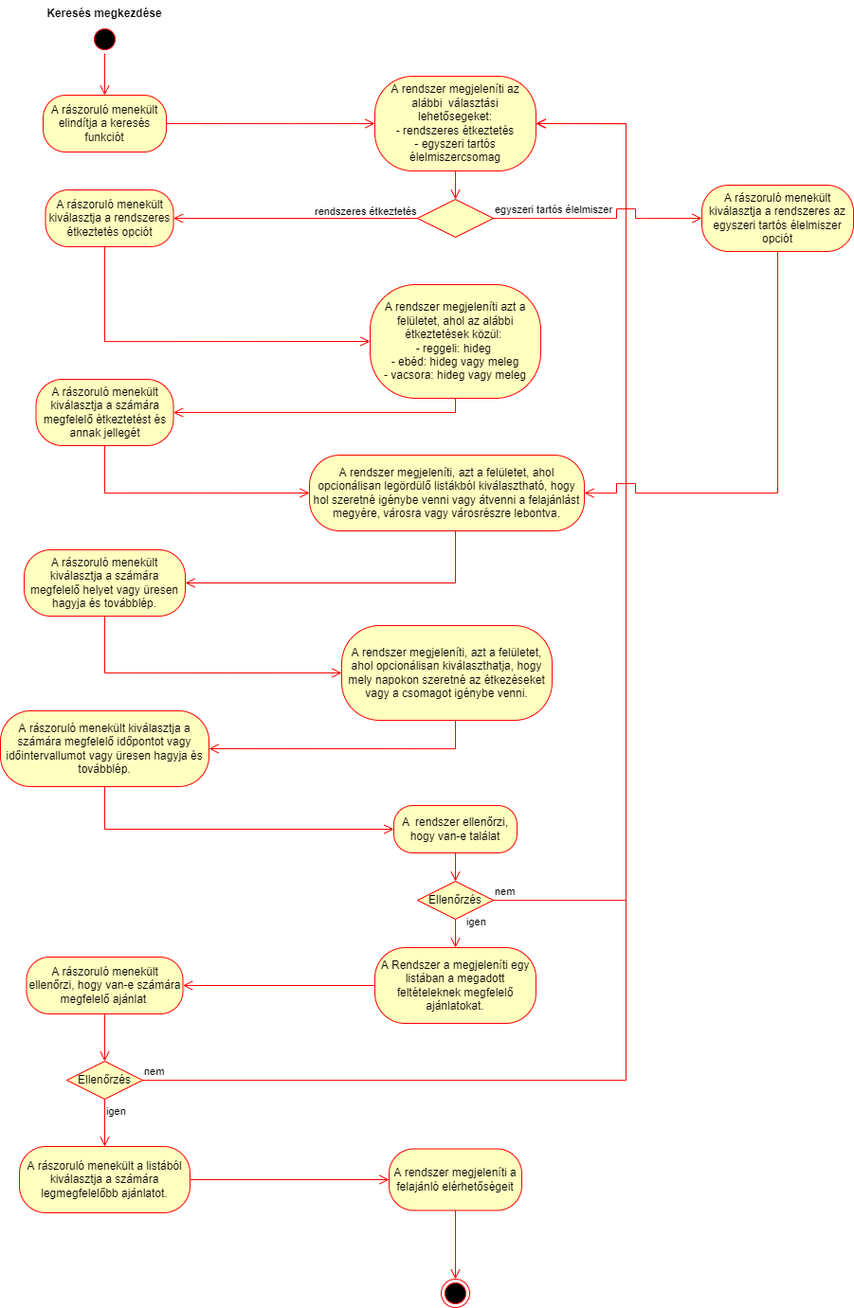
Earlier version of the draw.io export Aktivációs_Diagram.png (Residuum22/swdhomework). Source tidied: cells renumbered, new cells last; positions are measured from the earlier drawing's top-left corner, leaving out a move shared by most shapes. The source it was exported from:
```xml
<mxGraphModel>
  <root>
    <mxCell id="0" />
    <mxCell id="1" parent="0" />
    <mxCell id="2" style="ellipse;html=1;shape=startState;fillColor=#000000;strokeColor=#ff0000;" parent="1" vertex="1">
      <mxGeometry x="95" y="26" width="30" height="30" as="geometry" />
    </mxCell>
    <mxCell id="3" style="edgeStyle=orthogonalEdgeStyle;html=1;verticalAlign=bottom;endArrow=open;endSize=8;strokeColor=#ff0000;rounded=0;" parent="1" edge="1" source="2" target="7">
      <mxGeometry relative="1" as="geometry" />
    </mxCell>
    <mxCell id="4" value="Keresés megkezdése" style="text;align=center;fontStyle=1;verticalAlign=middle;spacingLeft=3;spacingRight=3;strokeColor=none;" parent="1" vertex="1">
      <mxGeometry x="70" width="80" height="26" as="geometry" />
    </mxCell>
    <mxCell id="5" value="A rendszer megjeleníti az alábbi&amp;nbsp; választási lehetősegeket:&lt;br&gt;- rendszeres étkeztetés&lt;br&gt;- egyszeri tartós élelmiszercsomag" style="rounded=1;whiteSpace=wrap;html=1;arcSize=40;fontColor=#000000;fillColor=#ffffc0;strokeColor=#ff0000;" parent="1" vertex="1">
      <mxGeometry x="395" y="80" width="170" height="100" as="geometry" />
    </mxCell>
    <mxCell id="6" style="edgeStyle=orthogonalEdgeStyle;html=1;verticalAlign=bottom;endArrow=open;endSize=8;strokeColor=#ff0000;rounded=0;entryX=0.5;entryY=0;entryDx=0;entryDy=0;" parent="1" edge="1" source="5" target="32">
      <mxGeometry relative="1" as="geometry" />
    </mxCell>
    <mxCell id="7" value="A rászoruló menekült elindítja a keresés funkciót" style="rounded=1;whiteSpace=wrap;html=1;arcSize=40;fontColor=#000000;fillColor=#ffffc0;strokeColor=#ff0000;" parent="1" vertex="1">
      <mxGeometry x="45" y="100" width="130" height="60" as="geometry" />
    </mxCell>
    <mxCell id="8" value="A rászoruló menekült kiválasztja a rendszeres étkeztetés opciót" style="rounded=1;whiteSpace=wrap;html=1;arcSize=40;fontColor=#000000;fillColor=#ffffc0;strokeColor=#ff0000;" parent="1" vertex="1">
      <mxGeometry x="47.5" y="200" width="135" height="60" as="geometry" />
    </mxCell>
    <mxCell id="9" style="edgeStyle=orthogonalEdgeStyle;html=1;verticalAlign=bottom;endArrow=open;endSize=8;strokeColor=#ff0000;rounded=0;exitX=1;exitY=0.5;exitDx=0;exitDy=0;entryX=0;entryY=0.5;entryDx=0;entryDy=0;" parent="1" edge="1" source="7" target="5">
      <mxGeometry relative="1" as="geometry">
        <Array as="points">
          <mxPoint x="310" y="130" />
          <mxPoint x="310" y="130" />
        </Array>
      </mxGeometry>
    </mxCell>
    <mxCell id="10" style="edgeStyle=orthogonalEdgeStyle;html=1;verticalAlign=bottom;endArrow=open;endSize=8;strokeColor=#ff0000;rounded=0;entryX=0;entryY=0.5;entryDx=0;entryDy=0;" parent="1" edge="1" target="11">
      <mxGeometry relative="1" as="geometry">
        <mxPoint x="110" y="260" as="sourcePoint" />
        <Array as="points">
          <mxPoint x="110" y="360" />
        </Array>
      </mxGeometry>
    </mxCell>
    <mxCell id="11" value="A rendszer megjeleníti azt a felületet, ahol az alábbi étkeztetések közül:&amp;nbsp;&lt;br&gt;- reggeli: hideg&amp;nbsp;&lt;br&gt;- ebéd: hideg vagy meleg&lt;br&gt;- vacsora: hideg vagy meleg" style="rounded=1;whiteSpace=wrap;html=1;arcSize=40;fontColor=#000000;fillColor=#ffffc0;strokeColor=#ff0000;" parent="1" vertex="1">
      <mxGeometry x="390" y="300" width="180" height="120" as="geometry" />
    </mxCell>
    <mxCell id="12" style="edgeStyle=orthogonalEdgeStyle;html=1;verticalAlign=bottom;endArrow=open;endSize=8;strokeColor=#ff0000;rounded=0;entryX=1;entryY=0.5;entryDx=0;entryDy=0;" parent="1" edge="1" source="11" target="13">
      <mxGeometry relative="1" as="geometry">
        <Array as="points">
          <mxPoint x="480" y="435" />
        </Array>
      </mxGeometry>
    </mxCell>
    <mxCell id="13" value="A rászoruló menekült kiválasztja a számára megfelelő étkeztetést és annak jellegét" style="rounded=1;whiteSpace=wrap;html=1;arcSize=40;fontColor=#000000;fillColor=#ffffc0;strokeColor=#ff0000;" parent="1" vertex="1">
      <mxGeometry x="37.5" y="400" width="145" height="70" as="geometry" />
    </mxCell>
    <mxCell id="14" style="edgeStyle=orthogonalEdgeStyle;html=1;verticalAlign=bottom;endArrow=open;endSize=8;strokeColor=#ff0000;rounded=0;entryX=0;entryY=0.5;entryDx=0;entryDy=0;" parent="1" edge="1" source="13" target="15">
      <mxGeometry relative="1" as="geometry">
        <Array as="points">
          <mxPoint x="110" y="520" />
        </Array>
      </mxGeometry>
    </mxCell>
    <mxCell id="15" value="A rendszer megjeleníti, azt a felületet, ahol opcionálisan legördülő listákból kiválasztható, hogy hol szeretné igénybe venni vagy átvenni a felajánlást megyére, városra vagy városrészre lebontva." style="rounded=1;whiteSpace=wrap;html=1;arcSize=40;fontColor=#000000;fillColor=#ffffc0;strokeColor=#ff0000;" parent="1" vertex="1">
      <mxGeometry x="326" y="480" width="290" height="80" as="geometry" />
    </mxCell>
    <mxCell id="16" style="edgeStyle=orthogonalEdgeStyle;html=1;verticalAlign=bottom;endArrow=open;endSize=8;strokeColor=#ff0000;rounded=0;entryX=1;entryY=0.5;entryDx=0;entryDy=0;" parent="1" edge="1" source="15" target="17">
      <mxGeometry relative="1" as="geometry">
        <Array as="points">
          <mxPoint x="480" y="615" />
        </Array>
      </mxGeometry>
    </mxCell>
    <mxCell id="17" value="A rászoruló menekült kiválasztja a számára megfelelő helyet vagy üresen hagyja és továbblép." style="rounded=1;whiteSpace=wrap;html=1;arcSize=40;fontColor=#000000;fillColor=#ffffc0;strokeColor=#ff0000;" parent="1" vertex="1">
      <mxGeometry x="25" y="580" width="170" height="70" as="geometry" />
    </mxCell>
    <mxCell id="18" style="edgeStyle=orthogonalEdgeStyle;html=1;verticalAlign=bottom;endArrow=open;endSize=8;strokeColor=#ff0000;rounded=0;entryX=0;entryY=0.5;entryDx=0;entryDy=0;" parent="1" edge="1" source="17" target="19">
      <mxGeometry relative="1" as="geometry">
        <Array as="points">
          <mxPoint x="110" y="710" />
        </Array>
      </mxGeometry>
    </mxCell>
    <mxCell id="19" value="A rendszer megjeleníti, azt a felületet, ahol opcionálisan kiválaszthatja, hogy mely napokon szeretné az étkezéseket vagy a csomagot igénybe venni." style="rounded=1;whiteSpace=wrap;html=1;arcSize=40;fontColor=#000000;fillColor=#ffffc0;strokeColor=#ff0000;" parent="1" vertex="1">
      <mxGeometry x="360" y="660" width="222" height="100" as="geometry" />
    </mxCell>
    <mxCell id="20" style="edgeStyle=orthogonalEdgeStyle;html=1;verticalAlign=bottom;endArrow=open;endSize=8;strokeColor=#ff0000;rounded=0;exitX=0.5;exitY=1;exitDx=0;exitDy=0;entryX=1;entryY=0.5;entryDx=0;entryDy=0;" parent="1" edge="1" source="19" target="23">
      <mxGeometry relative="1" as="geometry">
        <Array as="points">
          <mxPoint x="480" y="790" />
        </Array>
      </mxGeometry>
    </mxCell>
    <mxCell id="21" value="A Rendszer a megjeleníti egy listában a megadott feltételeknek megfelelő ajánlatokat." style="rounded=1;whiteSpace=wrap;html=1;arcSize=40;fontColor=#000000;fillColor=#ffffc0;strokeColor=#ff0000;" parent="1" vertex="1">
      <mxGeometry x="395" y="1000" width="170" height="80" as="geometry" />
    </mxCell>
    <mxCell id="22" style="edgeStyle=orthogonalEdgeStyle;html=1;verticalAlign=bottom;endArrow=open;endSize=8;strokeColor=#ff0000;rounded=0;entryX=1;entryY=0.5;entryDx=0;entryDy=0;" parent="1" edge="1" source="21" target="30">
      <mxGeometry relative="1" as="geometry" />
    </mxCell>
    <mxCell id="23" value="A rászoruló menekült kiválasztja a számára megfelelő időpontot vagy időintervallumot vagy üresen hagyja és továbblép." style="rounded=1;whiteSpace=wrap;html=1;arcSize=40;fontColor=#000000;fillColor=#ffffc0;strokeColor=#ff0000;" parent="1" vertex="1">
      <mxGeometry y="750" width="220" height="80" as="geometry" />
    </mxCell>
    <mxCell id="24" style="edgeStyle=orthogonalEdgeStyle;html=1;verticalAlign=bottom;endArrow=open;endSize=8;strokeColor=#ff0000;rounded=0;exitX=0.5;exitY=1;exitDx=0;exitDy=0;entryX=0;entryY=0.5;entryDx=0;entryDy=0;" parent="1" edge="1" source="23" target="28">
      <mxGeometry relative="1" as="geometry">
        <Array as="points">
          <mxPoint x="110" y="875" />
        </Array>
      </mxGeometry>
    </mxCell>
    <mxCell id="25" value="Ellenőrzés" style="rhombus;whiteSpace=wrap;html=1;fillColor=#ffffc0;strokeColor=#ff0000;" parent="1" vertex="1">
      <mxGeometry x="440" y="930" width="80" height="40" as="geometry" />
    </mxCell>
    <mxCell id="26" value="nem" style="edgeStyle=orthogonalEdgeStyle;html=1;align=left;verticalAlign=bottom;endArrow=open;endSize=8;strokeColor=#ff0000;rounded=0;entryX=1;entryY=0.5;entryDx=0;entryDy=0;" parent="1" edge="1" source="25" target="5">
      <mxGeometry x="-1" relative="1" as="geometry">
        <Array as="points">
          <mxPoint x="660" y="950" />
          <mxPoint x="660" y="130" />
        </Array>
      </mxGeometry>
    </mxCell>
    <mxCell id="27" value="igen" style="edgeStyle=orthogonalEdgeStyle;html=1;align=left;verticalAlign=top;endArrow=open;endSize=8;strokeColor=#ff0000;rounded=0;" parent="1" edge="1" source="25" target="21">
      <mxGeometry x="-1" y="14" relative="1" as="geometry">
        <mxPoint x="-4" y="-10" as="offset" />
      </mxGeometry>
    </mxCell>
    <mxCell id="28" value="A&amp;nbsp; rendszer ellenőrzi, hogy van-e találat" style="rounded=1;whiteSpace=wrap;html=1;arcSize=40;fontColor=#000000;fillColor=#ffffc0;strokeColor=#ff0000;" parent="1" vertex="1">
      <mxGeometry x="415" y="850" width="130" height="50" as="geometry" />
    </mxCell>
    <mxCell id="29" style="edgeStyle=orthogonalEdgeStyle;html=1;verticalAlign=bottom;endArrow=open;endSize=8;strokeColor=#ff0000;rounded=0;entryX=0.5;entryY=0;entryDx=0;entryDy=0;" parent="1" edge="1" source="28" target="25">
      <mxGeometry relative="1" as="geometry" />
    </mxCell>
    <mxCell id="30" value="A rászoruló menekült ellenőrzi, hogy van-e számára megfelelő ajánlat&amp;nbsp;" style="rounded=1;whiteSpace=wrap;html=1;arcSize=40;fontColor=#000000;fillColor=#ffffc0;strokeColor=#ff0000;" parent="1" vertex="1">
      <mxGeometry x="27.5" y="1010" width="165" height="60" as="geometry" />
    </mxCell>
    <mxCell id="31" style="edgeStyle=orthogonalEdgeStyle;html=1;verticalAlign=bottom;endArrow=open;endSize=8;strokeColor=#ff0000;rounded=0;entryX=0.5;entryY=0;entryDx=0;entryDy=0;" parent="1" edge="1" source="30" target="35">
      <mxGeometry relative="1" as="geometry" />
    </mxCell>
    <mxCell id="32" style="rhombus;whiteSpace=wrap;html=1;fillColor=#ffffc0;strokeColor=#ff0000;" parent="1" vertex="1">
      <mxGeometry x="440" y="210" width="80" height="40" as="geometry" />
    </mxCell>
    <mxCell id="33" value="egyszeri tartós élelmiszer" style="edgeStyle=orthogonalEdgeStyle;html=1;align=left;verticalAlign=bottom;endArrow=open;endSize=8;strokeColor=#ff0000;rounded=0;entryX=0;entryY=0.5;entryDx=0;entryDy=0;" parent="1" edge="1" source="32" target="43">
      <mxGeometry x="-1" relative="1" as="geometry">
        <Array as="points">
          <mxPoint x="650" y="230" />
          <mxPoint x="650" y="220" />
          <mxPoint x="670" y="220" />
          <mxPoint x="670" y="230" />
        </Array>
      </mxGeometry>
    </mxCell>
    <mxCell id="34" value="rendszeres étkeztetés" style="edgeStyle=orthogonalEdgeStyle;html=1;align=left;verticalAlign=top;endArrow=open;endSize=8;strokeColor=#ff0000;rounded=0;entryX=1;entryY=0.5;entryDx=0;entryDy=0;" parent="1" edge="1" source="32" target="8">
      <mxGeometry x="-0.15" y="-20" relative="1" as="geometry">
        <mxPoint x="1" as="offset" />
      </mxGeometry>
    </mxCell>
    <mxCell id="35" value="Ellenőrzés" style="rhombus;whiteSpace=wrap;html=1;fillColor=#ffffc0;strokeColor=#ff0000;" parent="1" vertex="1">
      <mxGeometry x="70" y="1120" width="80" height="40" as="geometry" />
    </mxCell>
    <mxCell id="36" value="nem" style="edgeStyle=orthogonalEdgeStyle;html=1;align=left;verticalAlign=bottom;endArrow=open;endSize=8;strokeColor=#ff0000;rounded=0;entryX=1;entryY=0.5;entryDx=0;entryDy=0;" parent="1" edge="1" source="35" target="5">
      <mxGeometry x="-1" relative="1" as="geometry">
        <Array as="points">
          <mxPoint x="660" y="1140" />
          <mxPoint x="660" y="130" />
        </Array>
      </mxGeometry>
    </mxCell>
    <mxCell id="37" value="igen" style="edgeStyle=orthogonalEdgeStyle;html=1;align=left;verticalAlign=top;endArrow=open;endSize=8;strokeColor=#ff0000;rounded=0;entryX=0.5;entryY=0;entryDx=0;entryDy=0;" parent="1" edge="1" source="35" target="38">
      <mxGeometry x="-1" relative="1" as="geometry" />
    </mxCell>
    <mxCell id="38" value="A rászoruló menekült a listából kiválasztja a számára legmegfelelőbb ajánlatot." style="rounded=1;whiteSpace=wrap;html=1;arcSize=40;fontColor=#000000;fillColor=#ffffc0;strokeColor=#ff0000;" parent="1" vertex="1">
      <mxGeometry x="20" y="1210" width="180" height="70" as="geometry" />
    </mxCell>
    <mxCell id="39" style="edgeStyle=orthogonalEdgeStyle;html=1;verticalAlign=bottom;endArrow=open;endSize=8;strokeColor=#ff0000;rounded=0;entryX=0;entryY=0.5;entryDx=0;entryDy=0;" parent="1" edge="1" source="38" target="40">
      <mxGeometry relative="1" as="geometry" />
    </mxCell>
    <mxCell id="40" value="A rendszer megjeleníti a felajánló elérhetőségeit" style="rounded=1;whiteSpace=wrap;html=1;arcSize=40;fontColor=#000000;fillColor=#ffffc0;strokeColor=#ff0000;" parent="1" vertex="1">
      <mxGeometry x="410" y="1212.5" width="140" height="65" as="geometry" />
    </mxCell>
    <mxCell id="41" style="edgeStyle=orthogonalEdgeStyle;html=1;verticalAlign=bottom;endArrow=open;endSize=8;strokeColor=#ff0000;rounded=0;entryX=0.5;entryY=0;entryDx=0;entryDy=0;" parent="1" edge="1" source="40" target="42">
      <mxGeometry relative="1" as="geometry" />
    </mxCell>
    <mxCell id="42" style="ellipse;html=1;shape=endState;fillColor=#000000;strokeColor=#ff0000;" parent="1" vertex="1">
      <mxGeometry x="465" y="1350" width="30" height="30" as="geometry" />
    </mxCell>
    <mxCell id="43" value="A rászoruló menekült kiválasztja a rendszeres az egyszeri tartós élelmiszer opciót" style="rounded=1;whiteSpace=wrap;html=1;arcSize=40;fontColor=#000000;fillColor=#ffffc0;strokeColor=#ff0000;" parent="1" vertex="1">
      <mxGeometry x="740" y="195" width="160" height="70" as="geometry" />
    </mxCell>
    <mxCell id="44" style="edgeStyle=orthogonalEdgeStyle;html=1;verticalAlign=bottom;endArrow=open;endSize=8;strokeColor=#ff0000;rounded=0;exitX=0.5;exitY=1;exitDx=0;exitDy=0;entryX=1;entryY=0.5;entryDx=0;entryDy=0;" parent="1" edge="1" source="43" target="15">
      <mxGeometry relative="1" as="geometry">
        <Array as="points">
          <mxPoint x="820" y="520" />
          <mxPoint x="670" y="520" />
          <mxPoint x="670" y="510" />
          <mxPoint x="650" y="510" />
          <mxPoint x="650" y="520" />
          <mxPoint x="625" y="520" />
        </Array>
      </mxGeometry>
    </mxCell>
  </root>
</mxGraphModel>
```
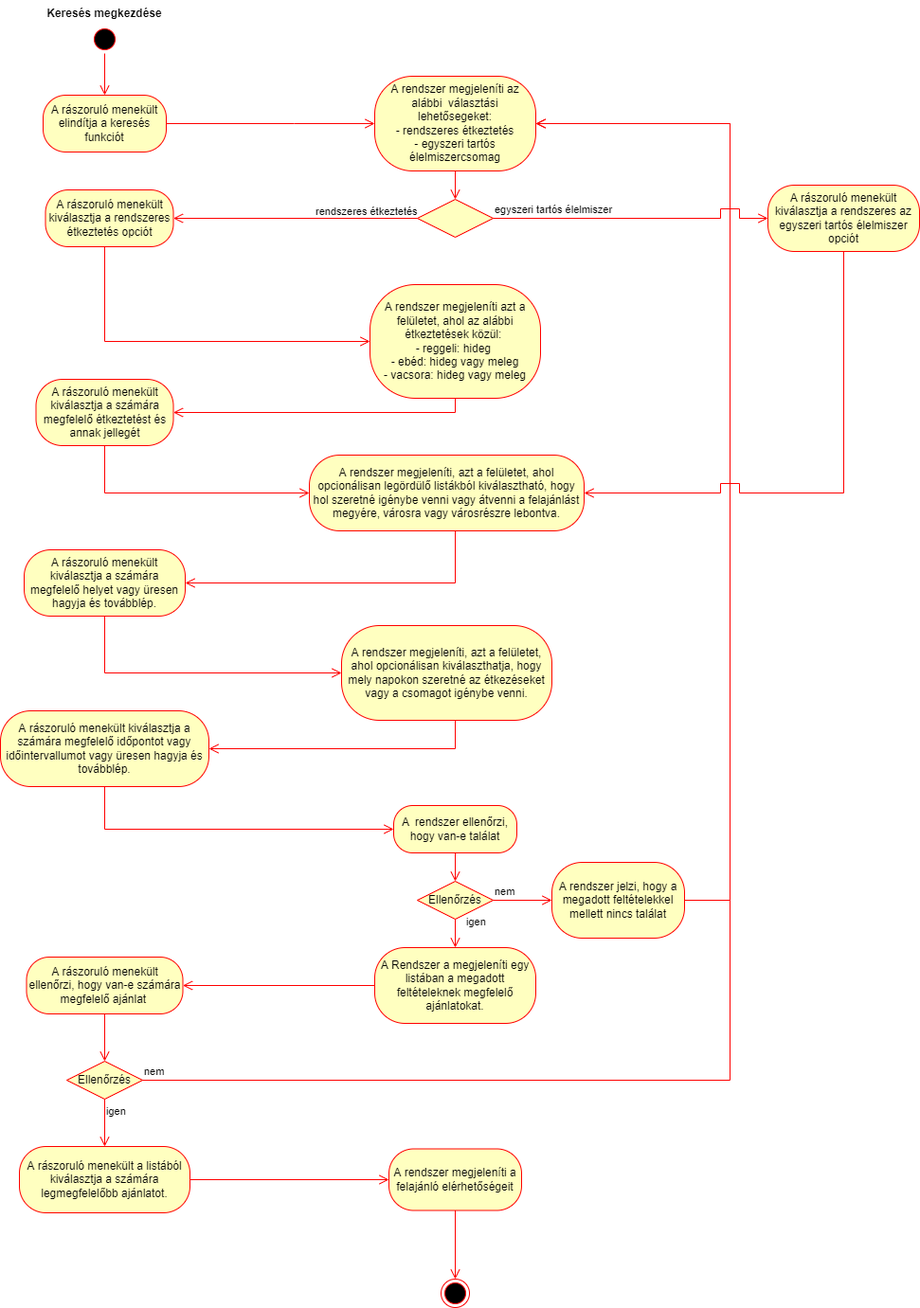
Above is the later version.

Change to the diagram source:
```diff
@@ -108,13 +108,8 @@
     <mxCell id="25" value="Ellenőrzés" style="rhombus;whiteSpace=wrap;html=1;fillColor=#ffffc0;strokeColor=#ff0000;" parent="1" vertex="1">
       <mxGeometry x="440" y="930" width="80" height="40" as="geometry" />
     </mxCell>
-    <mxCell id="26" value="nem" style="edgeStyle=orthogonalEdgeStyle;html=1;align=left;verticalAlign=bottom;endArrow=open;endSize=8;strokeColor=#ff0000;rounded=0;entryX=1;entryY=0.5;entryDx=0;entryDy=0;" parent="1" edge="1" source="25" target="5">
-      <mxGeometry x="-1" relative="1" as="geometry">
-        <Array as="points">
-          <mxPoint x="660" y="950" />
-          <mxPoint x="660" y="130" />
-        </Array>
-      </mxGeometry>
+    <mxCell id="26" value="nem" style="edgeStyle=orthogonalEdgeStyle;html=1;align=left;verticalAlign=bottom;endArrow=open;endSize=8;strokeColor=#ff0000;rounded=0;entryX=0;entryY=0.5;entryDx=0;entryDy=0;" parent="1" edge="1" source="25" target="46">
+      <mxGeometry x="-1" relative="1" as="geometry" />
     </mxCell>
     <mxCell id="27" value="igen" style="edgeStyle=orthogonalEdgeStyle;html=1;align=left;verticalAlign=top;endArrow=open;endSize=8;strokeColor=#ff0000;rounded=0;" parent="1" edge="1" source="25" target="21">
       <mxGeometry x="-1" y="14" relative="1" as="geometry">
@@ -139,10 +134,10 @@
     <mxCell id="33" value="egyszeri tartós élelmiszer" style="edgeStyle=orthogonalEdgeStyle;html=1;align=left;verticalAlign=bottom;endArrow=open;endSize=8;strokeColor=#ff0000;rounded=0;entryX=0;entryY=0.5;entryDx=0;entryDy=0;" parent="1" edge="1" source="32" target="43">
       <mxGeometry x="-1" relative="1" as="geometry">
         <Array as="points">
-          <mxPoint x="650" y="230" />
-          <mxPoint x="650" y="220" />
-          <mxPoint x="670" y="220" />
-          <mxPoint x="670" y="230" />
+          <mxPoint x="760" y="230" />
+          <mxPoint x="760" y="220" />
+          <mxPoint x="780" y="220" />
+          <mxPoint x="780" y="230" />
         </Array>
       </mxGeometry>
     </mxCell>
@@ -157,8 +152,8 @@
     <mxCell id="36" value="nem" style="edgeStyle=orthogonalEdgeStyle;html=1;align=left;verticalAlign=bottom;endArrow=open;endSize=8;strokeColor=#ff0000;rounded=0;entryX=1;entryY=0.5;entryDx=0;entryDy=0;" parent="1" edge="1" source="35" target="5">
       <mxGeometry x="-1" relative="1" as="geometry">
         <Array as="points">
-          <mxPoint x="660" y="1140" />
-          <mxPoint x="660" y="130" />
+          <mxPoint x="770" y="1140" />
+          <mxPoint x="770" y="130" />
         </Array>
       </mxGeometry>
     </mxCell>
@@ -181,19 +176,29 @@
       <mxGeometry x="465" y="1350" width="30" height="30" as="geometry" />
     </mxCell>
     <mxCell id="43" value="A rászoruló menekült kiválasztja a rendszeres az egyszeri tartós élelmiszer opciót" style="rounded=1;whiteSpace=wrap;html=1;arcSize=40;fontColor=#000000;fillColor=#ffffc0;strokeColor=#ff0000;" parent="1" vertex="1">
-      <mxGeometry x="740" y="195" width="160" height="70" as="geometry" />
+      <mxGeometry x="810" y="195" width="160" height="70" as="geometry" />
     </mxCell>
     <mxCell id="44" style="edgeStyle=orthogonalEdgeStyle;html=1;verticalAlign=bottom;endArrow=open;endSize=8;strokeColor=#ff0000;rounded=0;exitX=0.5;exitY=1;exitDx=0;exitDy=0;entryX=1;entryY=0.5;entryDx=0;entryDy=0;" parent="1" edge="1" source="43" target="15">
       <mxGeometry relative="1" as="geometry">
         <Array as="points">
-          <mxPoint x="820" y="520" />
-          <mxPoint x="670" y="520" />
-          <mxPoint x="670" y="510" />
-          <mxPoint x="650" y="510" />
-          <mxPoint x="650" y="520" />
-          <mxPoint x="625" y="520" />
+          <mxPoint x="890" y="520" />
+          <mxPoint x="780" y="520" />
+          <mxPoint x="780" y="510" />
+          <mxPoint x="760" y="510" />
+          <mxPoint x="760" y="520" />
         </Array>
       </mxGeometry>
     </mxCell>
+    <mxCell id="45" style="edgeStyle=orthogonalEdgeStyle;html=1;verticalAlign=bottom;endArrow=open;endSize=8;strokeColor=#ff0000;rounded=0;entryX=1;entryY=0.5;entryDx=0;entryDy=0;exitX=1;exitY=0.5;exitDx=0;exitDy=0;" parent="1" edge="1" source="46" target="5">
+      <mxGeometry relative="1" as="geometry">
+        <Array as="points">
+          <mxPoint x="770" y="950" />
+          <mxPoint x="770" y="130" />
+        </Array>
+      </mxGeometry>
+    </mxCell>
+    <mxCell id="46" value="A rendszer jelzi, hogy a megadott feltételekkel mellett nincs találat" style="rounded=1;whiteSpace=wrap;html=1;arcSize=40;fontColor=#000000;fillColor=#ffffc0;strokeColor=#ff0000;" parent="1" vertex="1">
+      <mxGeometry x="582" y="910" width="140" height="80" as="geometry" />
+    </mxCell>
   </root>
 </mxGraphModel>
```
